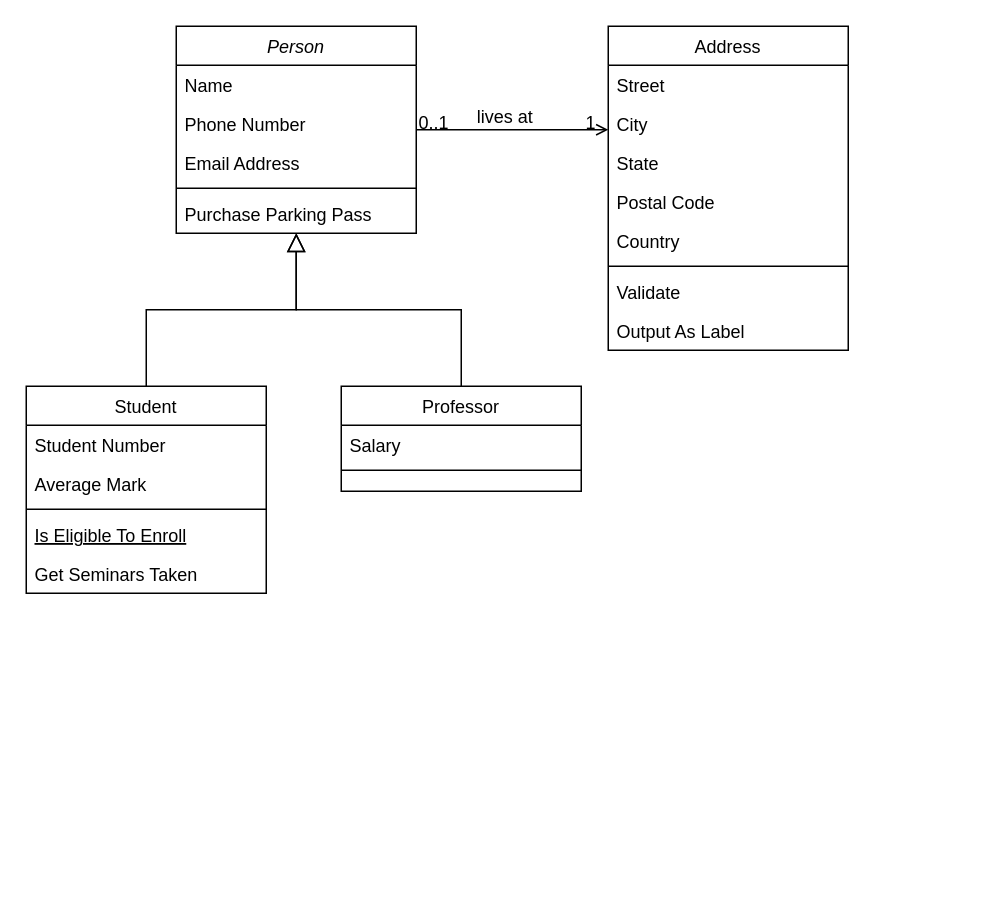
The draw.io diagram DiagramaClases/Diagrama sin título.drawio in GeorgeKonrad29/Parcial2_progra4, before the edit. Source tidied: cells renumbered, new cells numbered last; positions are measured from the earlier drawing's top-left corner, leaving out a move shared by most shapes. Both pictures are drawn from the tidied source at 150%, with x=0, y=0 at pixel (26, 26).
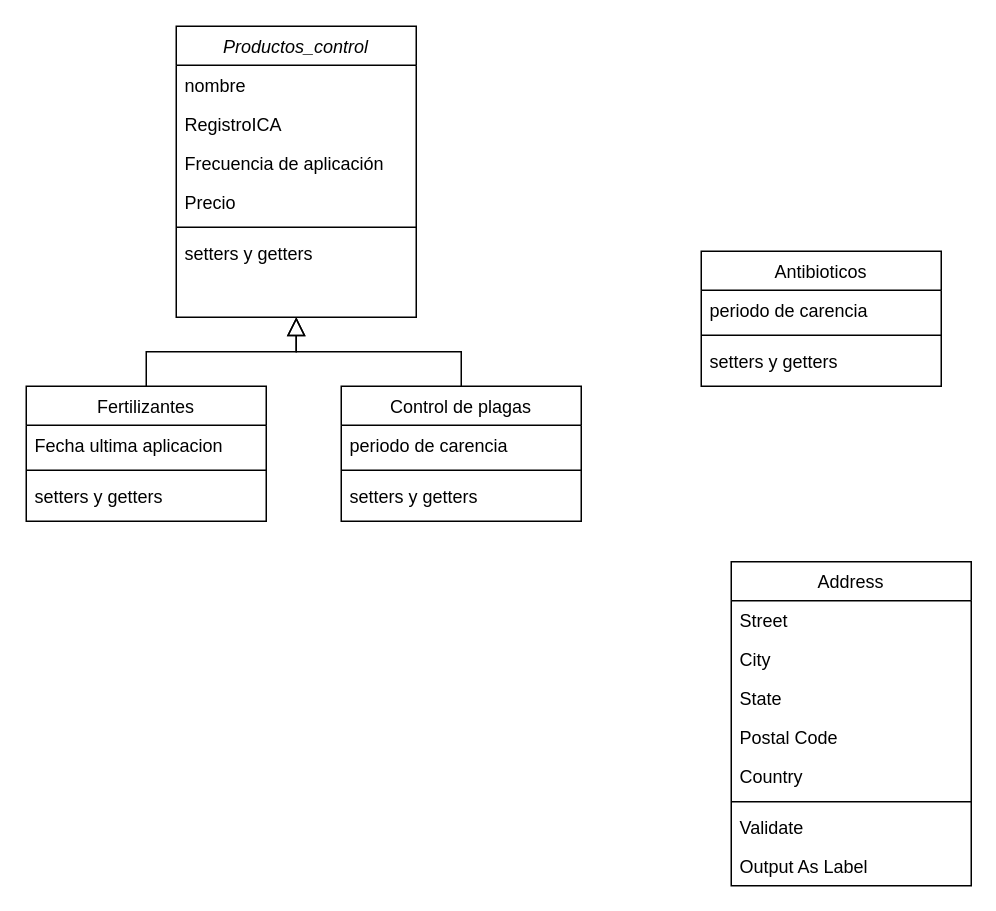
Above is the later version.

Change to the diagram source:
```diff
@@
-    <mxCell id="2" value="Person" style="swimlane;fontStyle=2;align=center;verticalAlign=top;horizontal=1;startSize=26;rounded=0;shadow=0;strokeWidth=1;" parent="1" vertex="1">
-      <mxGeometry x="100" width="160" height="138" as="geometry" />
+    <mxCell id="2" value="Productos_control" style="swimlane;fontStyle=2;align=center;verticalAlign=top;horizontal=1;startSize=26;rounded=0;shadow=0;strokeWidth=1;" parent="1" vertex="1">
+      <mxGeometry x="100" width="160" height="194" as="geometry" />
     </mxCell>
-    <mxCell id="3" value="Name" style="text;align=left;verticalAlign=top;spacingLeft=4;spacingRight=4;overflow=hidden;" parent="2" vertex="1">
+    <mxCell id="3" value="nombre" style="text;align=left;verticalAlign=top;spacingLeft=4;spacingRight=4;overflow=hidden;" parent="2" vertex="1">
       <mxGeometry y="26" width="160" height="26" as="geometry" />
     </mxCell>
-    <mxCell id="4" value="Phone Number" style="text;align=left;verticalAlign=top;spacingLeft=4;spacingRight=4;overflow=hidden;rounded=0;shadow=0;html=0;" parent="2" vertex="1">
+    <mxCell id="4" value="RegistroICA" style="text;align=left;verticalAlign=top;spacingLeft=4;spacingRight=4;overflow=hidden;rounded=0;shadow=0;html=0;" parent="2" vertex="1">
       <mxGeometry y="52" width="160" height="26" as="geometry" />
     </mxCell>
+    <mxCell id="32" value="Frecuencia de aplicación" style="text;align=left;verticalAlign=top;spacingLeft=4;spacingRight=4;overflow=hidden;rounded=0;shadow=0;html=0;" parent="2" vertex="1">
+      <mxGeometry y="78" width="160" height="26" as="geometry" />
+    </mxCell>
-    <mxCell id="5" value="Email Address" style="text;align=left;verticalAlign=top;spacingLeft=4;spacingRight=4;overflow=hidden;rounded=0;shadow=0;html=0;" parent="2" vertex="1">
-      <mxGeometry y="78" width="160" height="26" as="geometry" />
+    <mxCell id="5" value="Precio" style="text;align=left;verticalAlign=top;spacingLeft=4;spacingRight=4;overflow=hidden;rounded=0;shadow=0;html=0;" parent="2" vertex="1">
+      <mxGeometry y="104" width="160" height="26" as="geometry" />
     </mxCell>
     <mxCell id="6" style="line;html=1;strokeWidth=1;align=left;verticalAlign=middle;spacingTop=-1;spacingLeft=3;spacingRight=3;labelPosition=right;" parent="2" vertex="1">
-      <mxGeometry y="104" width="160" height="8" as="geometry" />
+      <mxGeometry y="130" width="160" height="8" as="geometry" />
     </mxCell>
-    <mxCell id="7" value="Purchase Parking Pass" style="text;align=left;verticalAlign=top;spacingLeft=4;spacingRight=4;overflow=hidden;" parent="2" vertex="1">
-      <mxGeometry y="112" width="160" height="26" as="geometry" />
+    <mxCell id="7" value="setters y getters" style="text;align=left;verticalAlign=top;spacingLeft=4;spacingRight=4;overflow=hidden;" parent="2" vertex="1">
+      <mxGeometry y="138" width="160" height="26" as="geometry" />
     </mxCell>
-    <mxCell id="8" value="Student" style="swimlane;fontStyle=0;align=center;verticalAlign=top;horizontal=1;startSize=26;rounded=0;shadow=0;strokeWidth=1;" parent="1" vertex="1">
-      <mxGeometry y="240" width="160" height="138" as="geometry" />
+    <mxCell id="8" value="Fertilizantes" style="swimlane;fontStyle=0;align=center;verticalAlign=top;horizontal=1;startSize=26;rounded=0;shadow=0;strokeWidth=1;" parent="1" vertex="1">
+      <mxGeometry y="240" width="160" height="90" as="geometry" />
     </mxCell>
-    <mxCell id="9" value="Student Number" style="text;align=left;verticalAlign=top;spacingLeft=4;spacingRight=4;overflow=hidden;" parent="8" vertex="1">
-      <mxGeometry y="26" width="160" height="26" as="geometry" />
-    </mxCell>
-    <mxCell id="10" value="Average Mark" style="text;align=left;verticalAlign=top;spacingLeft=4;spacingRight=4;overflow=hidden;rounded=0;shadow=0;html=0;" parent="8" vertex="1">
-      <mxGeometry y="52" width="160" height="26" as="geometry" />
+    <mxCell id="10" value="Fecha ultima aplicacion" style="text;align=left;verticalAlign=top;spacingLeft=4;spacingRight=4;overflow=hidden;rounded=0;shadow=0;html=0;" parent="8" vertex="1">
+      <mxGeometry y="26" width="160" height="26" as="geometry" />
     </mxCell>
     <mxCell id="11" style="line;html=1;strokeWidth=1;align=left;verticalAlign=middle;spacingTop=-1;spacingLeft=3;spacingRight=3;labelPosition=right;" parent="8" vertex="1">
-      <mxGeometry y="78" width="160" height="8" as="geometry" />
+      <mxGeometry y="52" width="160" height="8" as="geometry" />
     </mxCell>
-    <mxCell id="12" value="Is Eligible To Enroll" style="text;align=left;verticalAlign=top;spacingLeft=4;spacingRight=4;overflow=hidden;fontStyle=4;" parent="8" vertex="1">
-      <mxGeometry y="86" width="160" height="26" as="geometry" />
-    </mxCell>
-    <mxCell id="13" value="Get Seminars Taken" style="text;align=left;verticalAlign=top;spacingLeft=4;spacingRight=4;overflow=hidden;" parent="8" vertex="1">
-      <mxGeometry y="112" width="160" height="26" as="geometry" />
-    </mxCell>
+    <mxCell id="33" value="setters y getters" style="text;align=left;verticalAlign=top;spacingLeft=4;spacingRight=4;overflow=hidden;rounded=0;shadow=0;html=0;" parent="8" vertex="1">
+      <mxGeometry y="60" width="160" height="26" as="geometry" />
+    </mxCell>
@@
-    <mxCell id="15" value="Professor" style="swimlane;fontStyle=0;align=center;verticalAlign=top;horizontal=1;startSize=26;rounded=0;shadow=0;strokeWidth=1;" parent="1" vertex="1">
-      <mxGeometry x="210" y="240" width="160" height="70" as="geometry" />
+    <mxCell id="15" value="Control de plagas" style="swimlane;fontStyle=0;align=center;verticalAlign=top;horizontal=1;startSize=26;rounded=0;shadow=0;strokeWidth=1;" parent="1" vertex="1">
+      <mxGeometry x="210" y="240" width="160" height="90" as="geometry" />
     </mxCell>
-    <mxCell id="16" value="Salary" style="text;align=left;verticalAlign=top;spacingLeft=4;spacingRight=4;overflow=hidden;" parent="15" vertex="1">
+    <mxCell id="16" value="periodo de carencia" style="text;align=left;verticalAlign=top;spacingLeft=4;spacingRight=4;overflow=hidden;" parent="15" vertex="1">
       <mxGeometry y="26" width="160" height="26" as="geometry" />
     </mxCell>
@@
+    <mxCell id="34" value="setters y getters" style="text;align=left;verticalAlign=top;spacingLeft=4;spacingRight=4;overflow=hidden;rounded=0;shadow=0;html=0;" parent="15" vertex="1">
+      <mxGeometry y="60" width="160" height="30" as="geometry" />
+    </mxCell>
@@
     <mxCell id="19" value="Address" style="swimlane;fontStyle=0;align=center;verticalAlign=top;horizontal=1;startSize=26;rounded=0;shadow=0;strokeWidth=1;" parent="1" vertex="1">
-      <mxGeometry x="388" width="160" height="216" as="geometry" />
+      <mxGeometry x="470" y="357" width="160" height="216" as="geometry" />
     </mxCell>
@@
-    <mxCell id="28" style="endArrow=open;shadow=0;strokeWidth=1;rounded=0;curved=0;endFill=1;edgeStyle=elbowEdgeStyle;elbow=vertical;" parent="1" edge="1" source="2" target="19">
-      <mxGeometry x="0.5" y="41" relative="1" as="geometry">
-        <mxPoint x="-40" y="32" as="offset" />
-      </mxGeometry>
-    </mxCell>
-    <mxCell id="29" value="0..1" style="align=left;verticalAlign=bottom;labelBackgroundColor=none;fontSize=12;" parent="28" vertex="1">
-      <mxGeometry x="-1" relative="1" as="geometry">
-        <mxPoint y="4" as="offset" />
-      </mxGeometry>
-    </mxCell>
-    <mxCell id="30" value="1" style="align=right;verticalAlign=bottom;labelBackgroundColor=none;fontSize=12;" parent="28" vertex="1">
-      <mxGeometry x="1" relative="1" as="geometry">
-        <mxPoint x="-7" y="4" as="offset" />
-      </mxGeometry>
-    </mxCell>
-    <mxCell id="31" value="lives at" style="text;html=1;align=center;verticalAlign=middle;labelBackgroundColor=none;rounded=0;shadow=0;strokeWidth=1;fontSize=12;" parent="28" vertex="1">
-      <mxGeometry x="0.5" y="49" relative="1" as="geometry">
-        <mxPoint x="-38" y="40" as="offset" />
-      </mxGeometry>
-    </mxCell>
+    <mxCell id="35" value="Antibioticos" style="swimlane;fontStyle=0;align=center;verticalAlign=top;horizontal=1;startSize=26;rounded=0;shadow=0;strokeWidth=1;" parent="1" vertex="1">
+      <mxGeometry x="450" y="150" width="160" height="90" as="geometry" />
+    </mxCell>
+    <mxCell id="36" value="periodo de carencia" style="text;align=left;verticalAlign=top;spacingLeft=4;spacingRight=4;overflow=hidden;" parent="35" vertex="1">
+      <mxGeometry y="26" width="160" height="26" as="geometry" />
+    </mxCell>
+    <mxCell id="37" style="line;html=1;strokeWidth=1;align=left;verticalAlign=middle;spacingTop=-1;spacingLeft=3;spacingRight=3;labelPosition=right;" parent="35" vertex="1">
+      <mxGeometry y="52" width="160" height="8" as="geometry" />
+    </mxCell>
+    <mxCell id="38" value="setters y getters" style="text;align=left;verticalAlign=top;spacingLeft=4;spacingRight=4;overflow=hidden;rounded=0;shadow=0;html=0;" parent="35" vertex="1">
+      <mxGeometry y="60" width="160" height="30" as="geometry" />
+    </mxCell>
```
